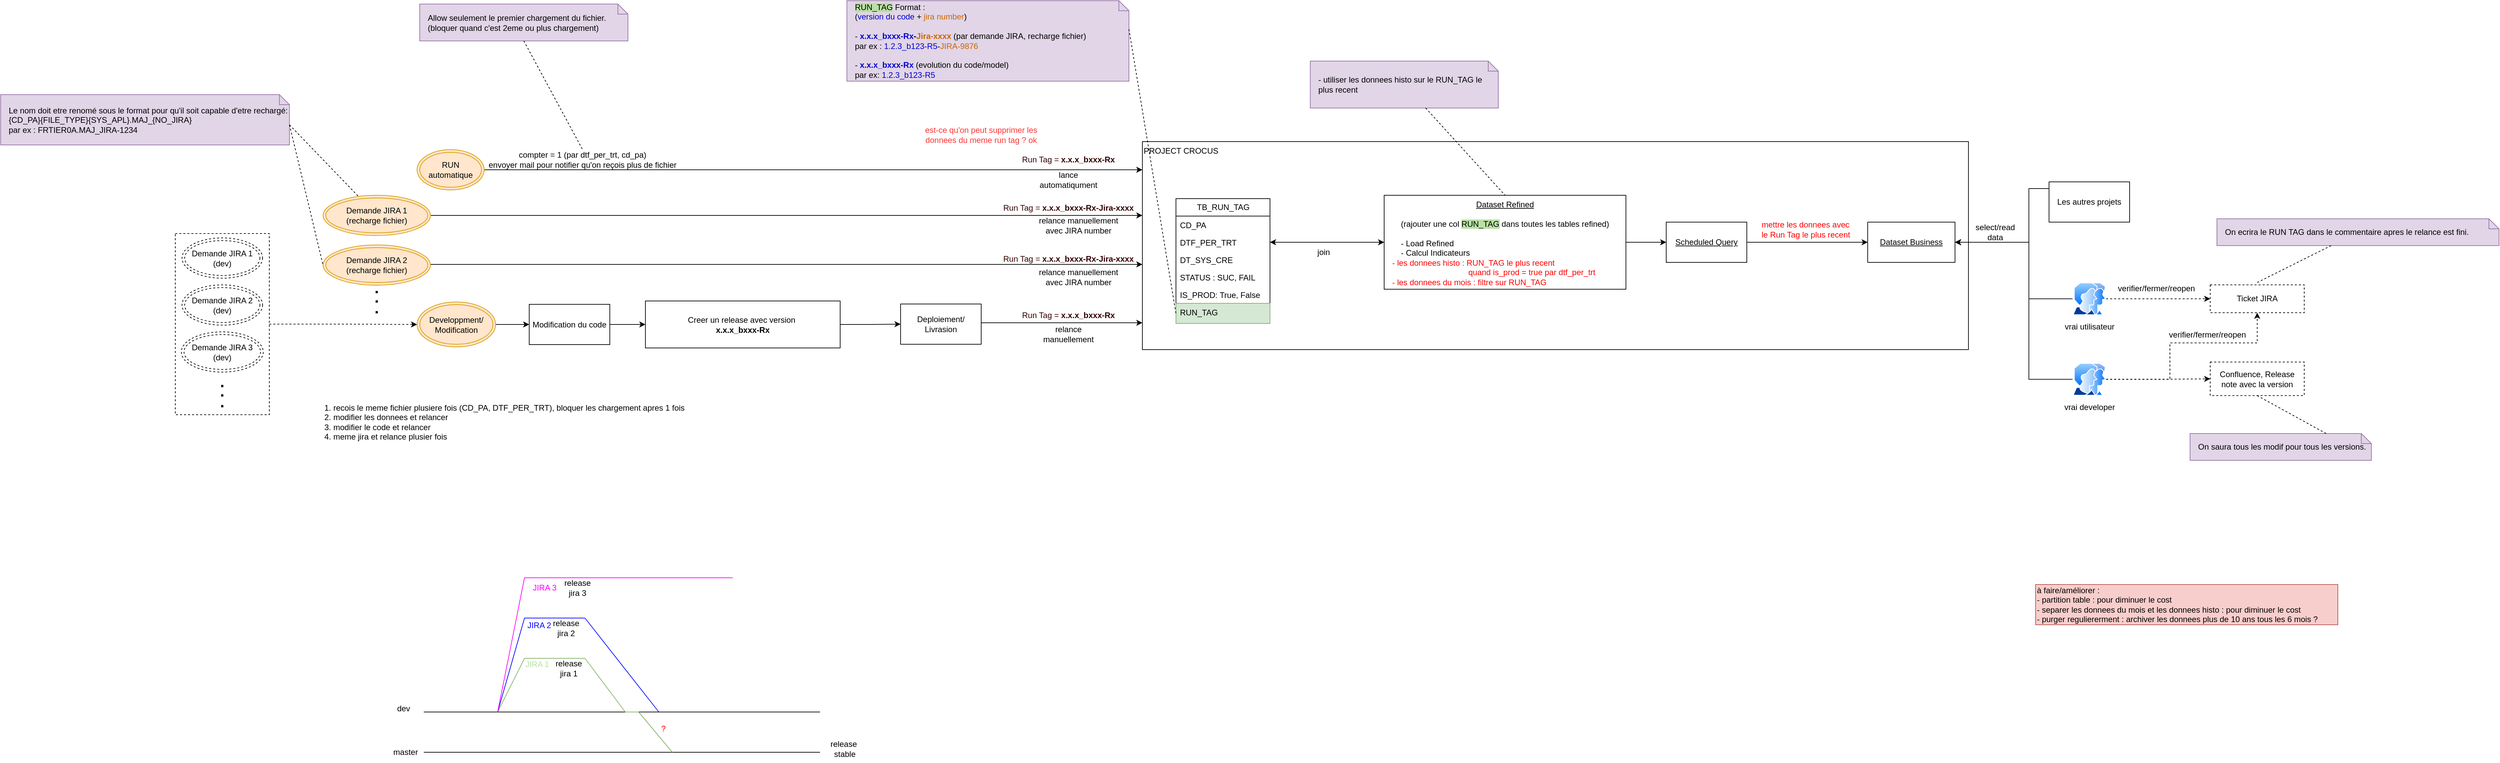
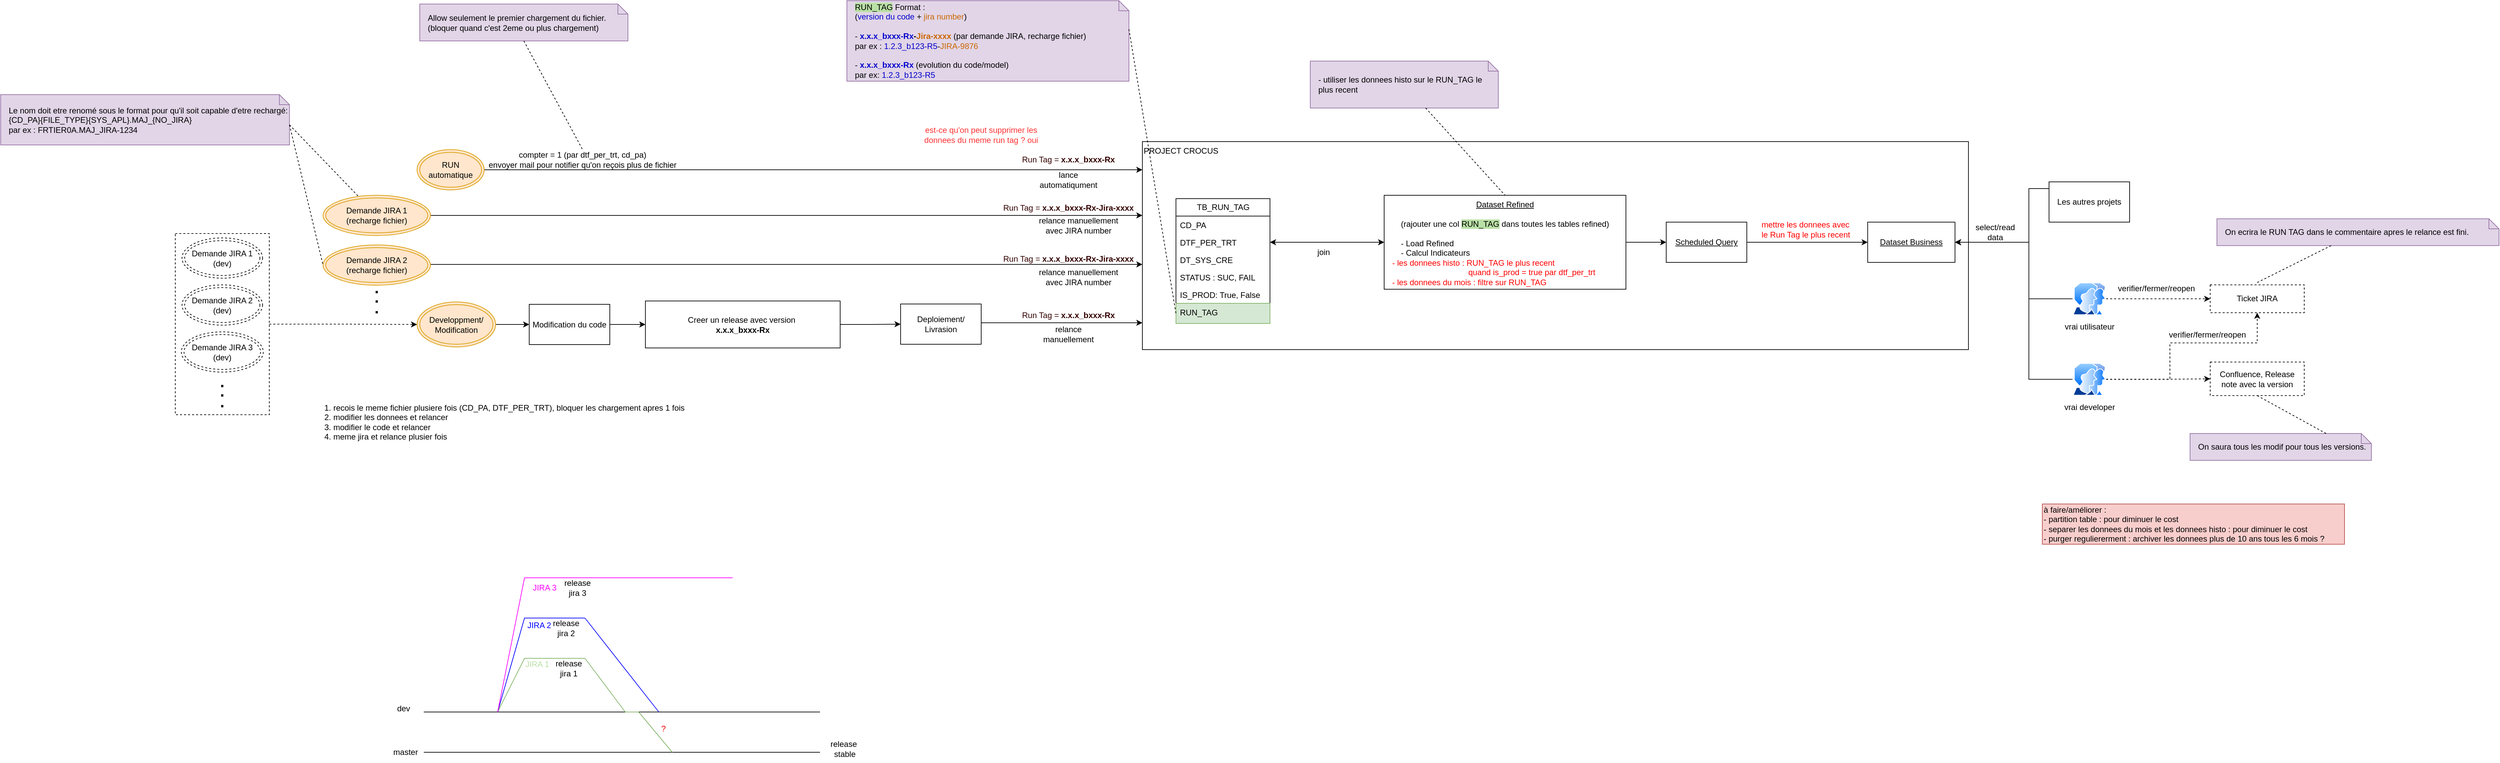
<mxfile host="app.diagrams.net">
  <diagram name="Page-1" id="bEAYSmEDHXBXhFzCy1HB">
-     <mxGraphModel dx="3279" dy="1847" grid="1" gridSize="10" guides="1" tooltips="1" connect="1" arrows="1" fold="1" page="1" pageScale="1" pageWidth="827" pageHeight="1169" math="0" shadow="0">
+     <mxGraphModel dx="5807" dy="2902" grid="1" gridSize="10" guides="1" tooltips="1" connect="1" arrows="1" fold="1" page="1" pageScale="1" pageWidth="827" pageHeight="1169" math="0" shadow="0">
      <root>
        <mxCell id="0" />
        <mxCell id="1" parent="0" />
        <mxCell id="cKu8MT6L8Fp_BZaxLZj7-22" edge="1" parent="1" source="cKu8MT6L8Fp_BZaxLZj7-16" style="edgeStyle=orthogonalEdgeStyle;rounded=0;orthogonalLoop=1;jettySize=auto;html=1;dashed=1;" target="QUzsFoNl6aFI_2ed8XXq-33">
          <mxGeometry relative="1" as="geometry">
            <Array as="points" />
            <mxPoint x="-937.4999999999995" y="382" as="sourcePoint" />
            <mxPoint x="-602.4999999999995" y="365" as="targetPoint" />
          </mxGeometry>
        </mxCell>
        <mxCell id="cKu8MT6L8Fp_BZaxLZj7-16" parent="1" style="rounded=0;whiteSpace=wrap;html=1;dashed=1;" value="" vertex="1">
          <mxGeometry height="270" width="140" x="-1070" y="247" as="geometry" />
        </mxCell>
        <mxCell id="QUzsFoNl6aFI_2ed8XXq-13" parent="1" style="rounded=0;whiteSpace=wrap;html=1;align=left;verticalAlign=top;" value="PROJECT CROCUS" vertex="1">
          <mxGeometry height="310" width="1230" x="370" y="110" as="geometry" />
        </mxCell>
        <mxCell id="QUzsFoNl6aFI_2ed8XXq-1" parent="1" style="swimlane;fontStyle=0;childLayout=stackLayout;horizontal=1;startSize=26;fillColor=none;horizontalStack=0;resizeParent=1;resizeParentMax=0;resizeLast=0;collapsible=1;marginBottom=0;html=1;" value="TB_RUN_TAG" vertex="1">
          <mxGeometry height="186" width="140" x="420" y="195" as="geometry" />
        </mxCell>
        <mxCell id="QUzsFoNl6aFI_2ed8XXq-2" parent="QUzsFoNl6aFI_2ed8XXq-1" style="text;strokeColor=none;fillColor=none;align=left;verticalAlign=top;spacingLeft=4;spacingRight=4;overflow=hidden;rotatable=0;points=[[0,0.5],[1,0.5]];portConstraint=eastwest;whiteSpace=wrap;html=1;" value="CD_PA" vertex="1">
          <mxGeometry height="26" width="140" y="26" as="geometry" />
        </mxCell>
        <mxCell id="QUzsFoNl6aFI_2ed8XXq-3" parent="QUzsFoNl6aFI_2ed8XXq-1" style="text;strokeColor=none;fillColor=none;align=left;verticalAlign=top;spacingLeft=4;spacingRight=4;overflow=hidden;rotatable=0;points=[[0,0.5],[1,0.5]];portConstraint=eastwest;whiteSpace=wrap;html=1;" value="DTF_PER_TRT" vertex="1">
          <mxGeometry height="26" width="140" y="52" as="geometry" />
        </mxCell>
        <mxCell id="QUzsFoNl6aFI_2ed8XXq-4" parent="QUzsFoNl6aFI_2ed8XXq-1" style="text;strokeColor=none;fillColor=none;align=left;verticalAlign=top;spacingLeft=4;spacingRight=4;overflow=hidden;rotatable=0;points=[[0,0.5],[1,0.5]];portConstraint=eastwest;whiteSpace=wrap;html=1;" value="DT_SYS_CRE" vertex="1">
          <mxGeometry height="26" width="140" y="78" as="geometry" />
        </mxCell>
        <mxCell id="QUzsFoNl6aFI_2ed8XXq-105" parent="QUzsFoNl6aFI_2ed8XXq-1" style="text;strokeColor=none;fillColor=none;align=left;verticalAlign=top;spacingLeft=4;spacingRight=4;overflow=hidden;rotatable=0;points=[[0,0.5],[1,0.5]];portConstraint=eastwest;whiteSpace=wrap;html=1;" value="STATUS : SUC, FAIL" vertex="1">
          <mxGeometry height="26" width="140" y="104" as="geometry" />
        </mxCell>
        <mxCell id="DOhsEIRQmGDwiVjTRz9E-7" parent="QUzsFoNl6aFI_2ed8XXq-1" style="text;strokeColor=none;fillColor=none;align=left;verticalAlign=top;spacingLeft=4;spacingRight=4;overflow=hidden;rotatable=0;points=[[0,0.5],[1,0.5]];portConstraint=eastwest;whiteSpace=wrap;html=1;" value="IS_PROD: True, False" vertex="1">
          <mxGeometry height="26" width="140" y="130" as="geometry" />
        </mxCell>
        <mxCell id="QUzsFoNl6aFI_2ed8XXq-5" parent="QUzsFoNl6aFI_2ed8XXq-1" style="text;strokeColor=#82b366;fillColor=#d5e8d4;align=left;verticalAlign=top;spacingLeft=4;spacingRight=4;overflow=hidden;rotatable=0;points=[[0,0.5],[1,0.5]];portConstraint=eastwest;whiteSpace=wrap;html=1;" value="RUN_TAG" vertex="1">
          <mxGeometry height="30" width="140" y="156" as="geometry" />
        </mxCell>
        <mxCell id="QUzsFoNl6aFI_2ed8XXq-7" parent="1" style="shape=note;size=15;align=left;spacingLeft=10;html=1;whiteSpace=wrap;fillColor=#e1d5e7;strokeColor=#9673a6;" value="&lt;span style=&quot;background-color: rgb(185, 224, 165);&quot;&gt;RUN_TAG&lt;/span&gt; Format :&amp;nbsp;&lt;div&gt;(&lt;font style=&quot;color: rgb(0, 0, 204);&quot;&gt;version du code&lt;/font&gt; +&lt;font style=&quot;color: rgb(204, 102, 0);&quot;&gt; &lt;font&gt;jira number&lt;/font&gt;&lt;/font&gt;)&lt;/div&gt;&lt;div&gt;&lt;br&gt;&lt;div&gt;- &lt;b&gt;&lt;font style=&quot;color: rgb(0, 0, 204);&quot;&gt;x.x.x_bxxx-Rx&lt;/font&gt;-&lt;font style=&quot;color: rgb(204, 102, 0);&quot;&gt;Jira-xxxx&lt;/font&gt;&lt;/b&gt; (par demande JIRA, recharge fichier)&amp;nbsp;&lt;/div&gt;&lt;div&gt;par ex : &lt;font style=&quot;color: rgb(0, 0, 204);&quot;&gt;1.2.3_b123-R5&lt;/font&gt;-&lt;font style=&quot;color: rgb(204, 102, 0);&quot;&gt;JIRA-9876&lt;/font&gt;&lt;/div&gt;&lt;div&gt;&lt;br&gt;&lt;/div&gt;&lt;div&gt;-&lt;b&gt; &lt;font style=&quot;color: rgb(0, 0, 204);&quot;&gt;x.x.x_bxxx-Rx&lt;/font&gt;&lt;/b&gt; (evolution du code/model)&lt;/div&gt;&lt;div&gt;&lt;span style=&quot;background-color: transparent; color: light-dark(rgb(0, 0, 0), rgb(255, 255, 255));&quot;&gt;par ex: &lt;/span&gt;&lt;span style=&quot;background-color: transparent;&quot;&gt;&lt;font style=&quot;color: light-dark(rgb(0, 0, 204), rgb(255, 255, 255));&quot;&gt;1.2.3_b123-R5&lt;/font&gt;&lt;/span&gt;&lt;/div&gt;&lt;/div&gt;" vertex="1">
          <mxGeometry height="120" width="420" x="-70" y="-100" as="geometry" />
        </mxCell>
        <mxCell id="QUzsFoNl6aFI_2ed8XXq-8" edge="1" parent="1" source="QUzsFoNl6aFI_2ed8XXq-7" style="edgeStyle=none;endArrow=none;exitX=0;exitY=0;dashed=1;html=1;rounded=0;entryX=0;entryY=0.5;entryDx=0;entryDy=0;exitDx=420;exitDy=42.5;exitPerimeter=0;" target="QUzsFoNl6aFI_2ed8XXq-5" value="">
          <mxGeometry relative="1" x="1" as="geometry">
            <mxPoint x="590" y="660" as="targetPoint" />
          </mxGeometry>
        </mxCell>
        <mxCell id="QUzsFoNl6aFI_2ed8XXq-10" parent="1" style="rounded=0;whiteSpace=wrap;html=1;dashed=1;" value="Confluence, Release note avec la v&lt;span style=&quot;background-color: transparent; color: light-dark(rgb(0, 0, 0), rgb(255, 255, 255));&quot;&gt;ersion&lt;/span&gt;" vertex="1">
          <mxGeometry height="50" width="140" x="1960" y="438.5" as="geometry" />
        </mxCell>
        <mxCell id="QUzsFoNl6aFI_2ed8XXq-11" parent="1" style="rounded=0;whiteSpace=wrap;html=1;dashed=1;" value="Ticket JIRA" vertex="1">
          <mxGeometry height="41.5" width="140" x="1960" y="323.5" as="geometry" />
        </mxCell>
        <mxCell id="QUzsFoNl6aFI_2ed8XXq-42" edge="1" parent="1" source="QUzsFoNl6aFI_2ed8XXq-12" style="edgeStyle=orthogonalEdgeStyle;rounded=0;orthogonalLoop=1;jettySize=auto;html=1;entryX=1;entryY=0.5;entryDx=0;entryDy=0;startArrow=classic;startFill=1;" target="QUzsFoNl6aFI_2ed8XXq-3">
          <mxGeometry relative="1" as="geometry" />
        </mxCell>
        <mxCell id="QUzsFoNl6aFI_2ed8XXq-50" edge="1" parent="1" source="QUzsFoNl6aFI_2ed8XXq-12" style="edgeStyle=orthogonalEdgeStyle;rounded=0;orthogonalLoop=1;jettySize=auto;html=1;" target="QUzsFoNl6aFI_2ed8XXq-46">
          <mxGeometry relative="1" as="geometry">
            <Array as="points" />
          </mxGeometry>
        </mxCell>
        <mxCell id="QUzsFoNl6aFI_2ed8XXq-12" parent="1" style="rounded=0;whiteSpace=wrap;html=1;verticalAlign=top;" value="&lt;u&gt;Dataset Refined&lt;/u&gt;&lt;div&gt;&lt;u&gt;&lt;br&gt;&lt;/u&gt;&lt;div&gt;(rajouter une col &lt;span style=&quot;background-color: rgb(185, 224, 165);&quot;&gt;RUN_TAG&lt;/span&gt;&lt;span&gt; &lt;/span&gt;dans toutes les tables refined)&lt;/div&gt;&lt;div&gt;&lt;br&gt;&lt;/div&gt;&lt;div style=&quot;text-align: left;&quot;&gt;- Load Refined&amp;nbsp; &amp;nbsp; &amp;nbsp; &amp;nbsp;&lt;/div&gt;&lt;div style=&quot;text-align: left;&quot;&gt;- Calcul Indicateurs&lt;/div&gt;&lt;/div&gt;" vertex="1">
          <mxGeometry height="140" width="360" x="730" y="190" as="geometry" />
        </mxCell>
        <mxCell id="QUzsFoNl6aFI_2ed8XXq-27" edge="1" parent="1" source="QUzsFoNl6aFI_2ed8XXq-33" style="edgeStyle=orthogonalEdgeStyle;rounded=0;orthogonalLoop=1;jettySize=auto;html=1;entryX=0;entryY=0.5;entryDx=0;entryDy=0;" target="QUzsFoNl6aFI_2ed8XXq-23">
          <mxGeometry relative="1" as="geometry">
            <mxPoint x="-740" y="198" as="sourcePoint" />
          </mxGeometry>
        </mxCell>
        <mxCell id="QUzsFoNl6aFI_2ed8XXq-19" parent="1" style="text;html=1;whiteSpace=wrap;strokeColor=none;fillColor=none;align=center;verticalAlign=middle;rounded=0;fontColor=#330000;" value="&lt;font style=&quot;&quot;&gt;Run Tag =&amp;nbsp;&lt;/font&gt;&lt;b style=&quot;text-align: left;&quot;&gt;x.x.x_bxxx-Rx-Jira-xxxx&lt;/b&gt;" vertex="1">
          <mxGeometry height="30" width="200" x="160" y="269.5" as="geometry" />
        </mxCell>
        <mxCell id="cKu8MT6L8Fp_BZaxLZj7-37" edge="1" parent="1" source="QUzsFoNl6aFI_2ed8XXq-23" style="edgeStyle=orthogonalEdgeStyle;rounded=0;orthogonalLoop=1;jettySize=auto;html=1;" target="QUzsFoNl6aFI_2ed8XXq-25">
          <mxGeometry relative="1" as="geometry" />
        </mxCell>
        <mxCell id="QUzsFoNl6aFI_2ed8XXq-23" parent="1" style="rounded=0;whiteSpace=wrap;html=1;" value="Modification du code" vertex="1">
          <mxGeometry height="60" width="120" x="-543" y="352.5" as="geometry" />
        </mxCell>
        <mxCell id="QUzsFoNl6aFI_2ed8XXq-31" edge="1" parent="1" source="QUzsFoNl6aFI_2ed8XXq-24" style="edgeStyle=orthogonalEdgeStyle;rounded=0;orthogonalLoop=1;jettySize=auto;html=1;" target="QUzsFoNl6aFI_2ed8XXq-13">
          <mxGeometry relative="1" as="geometry">
            <Array as="points">
              <mxPoint x="180" y="380" />
              <mxPoint x="180" y="380" />
            </Array>
            <mxPoint x="380" y="373" as="targetPoint" />
          </mxGeometry>
        </mxCell>
        <mxCell id="QUzsFoNl6aFI_2ed8XXq-24" parent="1" style="rounded=0;whiteSpace=wrap;html=1;" value="Deploiement/ Livrasion" vertex="1">
          <mxGeometry height="60" width="120" x="10" y="352" as="geometry" />
        </mxCell>
        <mxCell id="cKu8MT6L8Fp_BZaxLZj7-38" edge="1" parent="1" source="QUzsFoNl6aFI_2ed8XXq-25" style="edgeStyle=orthogonalEdgeStyle;rounded=0;orthogonalLoop=1;jettySize=auto;html=1;" target="QUzsFoNl6aFI_2ed8XXq-24">
          <mxGeometry relative="1" as="geometry" />
        </mxCell>
        <mxCell id="QUzsFoNl6aFI_2ed8XXq-25" parent="1" style="rounded=0;whiteSpace=wrap;html=1;" value="Creer un release avec version&amp;nbsp;&lt;div&gt;&lt;span style=&quot;text-align: left;&quot;&gt;&lt;b&gt;x.x.x_bxxx-Rx&lt;/b&gt;&lt;/span&gt;&lt;/div&gt;" vertex="1">
          <mxGeometry height="70" width="290" x="-370" y="347.5" as="geometry" />
        </mxCell>
        <mxCell id="QUzsFoNl6aFI_2ed8XXq-33" parent="1" style="ellipse;shape=doubleEllipse;whiteSpace=wrap;html=1;fillColor=#ffe6cc;strokeColor=#d79b00;" value="Developpment/&lt;div&gt;Modification&lt;/div&gt;" vertex="1">
          <mxGeometry height="67" width="117" x="-710" y="349" as="geometry" />
        </mxCell>
        <mxCell id="cKu8MT6L8Fp_BZaxLZj7-5" edge="1" parent="1" style="edgeStyle=orthogonalEdgeStyle;rounded=0;orthogonalLoop=1;jettySize=auto;html=1;">
          <mxGeometry relative="1" as="geometry">
            <Array as="points">
              <mxPoint x="110" y="293" />
              <mxPoint x="110" y="293" />
            </Array>
            <mxPoint x="-690.0000000000005" y="293" as="sourcePoint" />
            <mxPoint x="370" y="293" as="targetPoint" />
          </mxGeometry>
        </mxCell>
        <mxCell id="QUzsFoNl6aFI_2ed8XXq-34" parent="1" style="ellipse;shape=doubleEllipse;whiteSpace=wrap;html=1;fillColor=#ffe6cc;strokeColor=#d79b00;" value="Demande JIRA 2&lt;div&gt;(recharge fichier)&lt;/div&gt;" vertex="1">
          <mxGeometry height="60" width="160" x="-850" y="264" as="geometry" />
        </mxCell>
        <mxCell id="QUzsFoNl6aFI_2ed8XXq-36" edge="1" parent="1" source="QUzsFoNl6aFI_2ed8XXq-35" style="edgeStyle=orthogonalEdgeStyle;rounded=0;orthogonalLoop=1;jettySize=auto;html=1;" target="QUzsFoNl6aFI_2ed8XXq-13">
          <mxGeometry relative="1" as="geometry">
            <Array as="points">
              <mxPoint x="140" y="152" />
              <mxPoint x="140" y="152" />
            </Array>
            <mxPoint x="380" y="152.0588235294117" as="targetPoint" />
          </mxGeometry>
        </mxCell>
        <mxCell id="QUzsFoNl6aFI_2ed8XXq-35" parent="1" style="ellipse;shape=doubleEllipse;whiteSpace=wrap;html=1;fillColor=#ffe6cc;strokeColor=#d79b00;" value="RUN automatique" vertex="1">
          <mxGeometry height="60" width="100" x="-710" y="122" as="geometry" />
        </mxCell>
        <mxCell id="QUzsFoNl6aFI_2ed8XXq-40" parent="1" style="shape=note;size=15;align=left;spacingLeft=10;html=1;whiteSpace=wrap;fillColor=#e1d5e7;strokeColor=#9673a6;" value="&lt;div&gt;- utiliser les donnees histo sur le RUN_TAG le plus recent&lt;/div&gt;" vertex="1">
          <mxGeometry height="70" width="280" x="620" y="-10" as="geometry" />
        </mxCell>
        <mxCell id="QUzsFoNl6aFI_2ed8XXq-41" edge="1" parent="1" source="QUzsFoNl6aFI_2ed8XXq-40" style="edgeStyle=none;endArrow=none;dashed=1;html=1;rounded=0;entryX=0.5;entryY=0;entryDx=0;entryDy=0;" target="QUzsFoNl6aFI_2ed8XXq-12" value="">
          <mxGeometry relative="1" x="1" as="geometry">
            <mxPoint x="720" y="650" as="sourcePoint" />
            <mxPoint x="772" y="500" as="targetPoint" />
          </mxGeometry>
        </mxCell>
        <mxCell id="QUzsFoNl6aFI_2ed8XXq-43" parent="1" style="text;html=1;whiteSpace=wrap;strokeColor=none;fillColor=none;align=left;verticalAlign=middle;rounded=0;" value="&lt;font style=&quot;color: rgb(255, 0, 0);&quot;&gt;- les donnees histo : RUN_TAG le plus recent&amp;nbsp;&lt;/font&gt;&lt;div&gt;&lt;font style=&quot;color: rgb(255, 0, 0);&quot;&gt;&amp;nbsp; &amp;nbsp; &amp;nbsp; &amp;nbsp; &amp;nbsp; &amp;nbsp; &amp;nbsp; &amp;nbsp; &amp;nbsp; &amp;nbsp; &amp;nbsp; &amp;nbsp; &amp;nbsp; &amp;nbsp; &amp;nbsp; &amp;nbsp; &amp;nbsp; quand is_prod = true par dtf_per_trt&lt;/font&gt;&lt;div&gt;&lt;font style=&quot;color: rgb(255, 0, 0);&quot;&gt;- les donnees du mois : f&lt;/font&gt;&lt;span style=&quot;color: light-dark(rgb(255, 0, 0), rgb(255, 144, 144)); background-color: transparent;&quot;&gt;iltre sur RUN_TAG&lt;/span&gt;&lt;/div&gt;&lt;/div&gt;" vertex="1">
          <mxGeometry height="30" width="370" x="740" y="290" as="geometry" />
        </mxCell>
        <mxCell id="QUzsFoNl6aFI_2ed8XXq-45" parent="1" style="rounded=0;whiteSpace=wrap;html=1;" value="&lt;u&gt;Dataset Business&lt;/u&gt;" vertex="1">
          <mxGeometry height="60" width="130" x="1450" y="230" as="geometry" />
        </mxCell>
        <mxCell id="QUzsFoNl6aFI_2ed8XXq-48" edge="1" parent="1" source="QUzsFoNl6aFI_2ed8XXq-46" style="edgeStyle=orthogonalEdgeStyle;rounded=0;orthogonalLoop=1;jettySize=auto;html=1;" target="QUzsFoNl6aFI_2ed8XXq-45">
          <mxGeometry relative="1" as="geometry" />
        </mxCell>
        <mxCell id="QUzsFoNl6aFI_2ed8XXq-46" parent="1" style="rounded=0;whiteSpace=wrap;html=1;" value="&lt;u&gt;Scheduled Query&lt;/u&gt;" vertex="1">
          <mxGeometry height="60" width="120" x="1150" y="230" as="geometry" />
        </mxCell>
        <mxCell id="QUzsFoNl6aFI_2ed8XXq-51" parent="1" style="text;html=1;whiteSpace=wrap;strokeColor=none;fillColor=none;align=left;verticalAlign=middle;rounded=0;fontColor=#FF0000;" value="mettre les donnees avec le Run Tag le plus recent" vertex="1">
          <mxGeometry height="30" width="140" x="1290" y="226" as="geometry" />
        </mxCell>
        <mxCell id="QUzsFoNl6aFI_2ed8XXq-59" edge="1" parent="1" source="QUzsFoNl6aFI_2ed8XXq-52" style="edgeStyle=orthogonalEdgeStyle;rounded=0;orthogonalLoop=1;jettySize=auto;html=1;entryX=1;entryY=0.5;entryDx=0;entryDy=0;" target="QUzsFoNl6aFI_2ed8XXq-45">
          <mxGeometry relative="1" as="geometry">
            <Array as="points">
              <mxPoint x="1690" y="180" />
              <mxPoint x="1690" y="260" />
            </Array>
          </mxGeometry>
        </mxCell>
        <mxCell id="QUzsFoNl6aFI_2ed8XXq-52" parent="1" style="rounded=0;whiteSpace=wrap;html=1;" value="Les autres projets" vertex="1">
          <mxGeometry height="60" width="120" x="1720" y="170" as="geometry" />
        </mxCell>
        <mxCell id="QUzsFoNl6aFI_2ed8XXq-58" edge="1" parent="1" source="QUzsFoNl6aFI_2ed8XXq-57" style="edgeStyle=orthogonalEdgeStyle;rounded=0;orthogonalLoop=1;jettySize=auto;html=1;entryX=1;entryY=0.5;entryDx=0;entryDy=0;" target="QUzsFoNl6aFI_2ed8XXq-45">
          <mxGeometry relative="1" as="geometry">
            <Array as="points">
              <mxPoint x="1690" y="344" />
              <mxPoint x="1690" y="260" />
            </Array>
          </mxGeometry>
        </mxCell>
        <mxCell id="QUzsFoNl6aFI_2ed8XXq-65" edge="1" parent="1" source="QUzsFoNl6aFI_2ed8XXq-57" style="edgeStyle=orthogonalEdgeStyle;rounded=0;orthogonalLoop=1;jettySize=auto;html=1;dashed=1;" target="QUzsFoNl6aFI_2ed8XXq-11">
          <mxGeometry relative="1" as="geometry" />
        </mxCell>
        <mxCell id="QUzsFoNl6aFI_2ed8XXq-57" parent="1" style="image;aspect=fixed;perimeter=ellipsePerimeter;html=1;align=center;shadow=0;dashed=0;spacingTop=3;image=img/lib/active_directory/user_accounts.svg;" value="vrai utilisateur" vertex="1">
          <mxGeometry height="48.5" width="50" x="1755" y="320" as="geometry" />
        </mxCell>
        <mxCell id="QUzsFoNl6aFI_2ed8XXq-60" parent="1" style="text;html=1;whiteSpace=wrap;strokeColor=none;fillColor=none;align=center;verticalAlign=middle;rounded=0;" value="select/read data" vertex="1">
          <mxGeometry height="30" width="60" x="1610" y="230" as="geometry" />
        </mxCell>
        <mxCell id="QUzsFoNl6aFI_2ed8XXq-63" edge="1" parent="1" source="QUzsFoNl6aFI_2ed8XXq-62" style="edgeStyle=orthogonalEdgeStyle;rounded=0;orthogonalLoop=1;jettySize=auto;html=1;entryX=1;entryY=0.5;entryDx=0;entryDy=0;" target="QUzsFoNl6aFI_2ed8XXq-45">
          <mxGeometry relative="1" as="geometry">
            <Array as="points">
              <mxPoint x="1690" y="464" />
              <mxPoint x="1690" y="260" />
            </Array>
          </mxGeometry>
        </mxCell>
        <mxCell id="QUzsFoNl6aFI_2ed8XXq-66" edge="1" parent="1" source="QUzsFoNl6aFI_2ed8XXq-62" style="edgeStyle=orthogonalEdgeStyle;rounded=0;orthogonalLoop=1;jettySize=auto;html=1;dashed=1;" target="QUzsFoNl6aFI_2ed8XXq-10">
          <mxGeometry relative="1" as="geometry" />
        </mxCell>
        <mxCell id="QUzsFoNl6aFI_2ed8XXq-68" edge="1" parent="1" source="QUzsFoNl6aFI_2ed8XXq-62" style="edgeStyle=orthogonalEdgeStyle;rounded=0;orthogonalLoop=1;jettySize=auto;html=1;entryX=0.5;entryY=1;entryDx=0;entryDy=0;dashed=1;" target="QUzsFoNl6aFI_2ed8XXq-11">
          <mxGeometry relative="1" as="geometry">
            <Array as="points">
              <mxPoint x="1900" y="464" />
              <mxPoint x="1900" y="410" />
              <mxPoint x="2030" y="410" />
            </Array>
          </mxGeometry>
        </mxCell>
        <mxCell id="QUzsFoNl6aFI_2ed8XXq-62" parent="1" style="image;aspect=fixed;perimeter=ellipsePerimeter;html=1;align=center;shadow=0;dashed=0;spacingTop=3;image=img/lib/active_directory/user_accounts.svg;" value="vrai developer" vertex="1">
          <mxGeometry height="48.5" width="50" x="1755" y="440" as="geometry" />
        </mxCell>
        <mxCell id="QUzsFoNl6aFI_2ed8XXq-69" parent="1" style="shape=note;size=15;align=left;spacingLeft=10;html=1;whiteSpace=wrap;fillColor=#e1d5e7;strokeColor=#9673a6;" value="On ecrira le RUN TAG dans le commentaire apres le relance est fini." vertex="1">
          <mxGeometry height="40" width="420" x="1970" y="225" as="geometry" />
        </mxCell>
        <mxCell id="QUzsFoNl6aFI_2ed8XXq-70" edge="1" parent="1" source="QUzsFoNl6aFI_2ed8XXq-69" style="edgeStyle=none;endArrow=none;dashed=1;html=1;rounded=0;" value="">
          <mxGeometry relative="1" x="1" as="geometry">
            <mxPoint x="970" y="210" as="sourcePoint" />
            <mxPoint x="2030" y="320" as="targetPoint" />
          </mxGeometry>
        </mxCell>
        <mxCell id="QUzsFoNl6aFI_2ed8XXq-71" parent="1" style="shape=note;size=15;align=left;spacingLeft=10;html=1;whiteSpace=wrap;fillColor=#e1d5e7;strokeColor=#9673a6;" value="On saura tous les modif pour tous les versions." vertex="1">
          <mxGeometry height="40" width="270" x="1930" y="545" as="geometry" />
        </mxCell>
        <mxCell id="QUzsFoNl6aFI_2ed8XXq-72" edge="1" parent="1" source="QUzsFoNl6aFI_2ed8XXq-71" style="edgeStyle=none;endArrow=none;dashed=1;html=1;rounded=0;entryX=0.5;entryY=1;entryDx=0;entryDy=0;exitX=0;exitY=0;exitDx=202.5;exitDy=0;exitPerimeter=0;" target="QUzsFoNl6aFI_2ed8XXq-10" value="">
          <mxGeometry relative="1" x="1" as="geometry">
            <mxPoint x="2180" y="470" as="sourcePoint" />
            <mxPoint x="2070" y="525" as="targetPoint" />
          </mxGeometry>
        </mxCell>
        <mxCell id="QUzsFoNl6aFI_2ed8XXq-74" parent="1" style="rounded=0;whiteSpace=wrap;html=1;align=left;fillColor=#f8cecc;strokeColor=#b85450;" value="à faire/améliorer :&lt;div&gt;- partition table : pour diminuer le cost&lt;/div&gt;&lt;div&gt;- separer les donnees du mois et les donnees histo&amp;nbsp;&lt;span style=&quot;background-color: transparent; color: light-dark(rgb(0, 0, 0), rgb(255, 255, 255));&quot;&gt;: pour diminuer le cost&lt;/span&gt;&lt;/div&gt;&lt;div&gt;&lt;span style=&quot;background-color: transparent; color: light-dark(rgb(0, 0, 0), rgb(255, 255, 255));&quot;&gt;- purger reguliererment : archiver les donnees plus de 10 ans tous les 6 mois ?&lt;/span&gt;&lt;/div&gt;" vertex="1">
-           <mxGeometry height="60" width="450" x="1700" y="770" as="geometry" />
+           <mxGeometry height="60" width="450" x="1710" y="650" as="geometry" />
        </mxCell>
        <mxCell id="QUzsFoNl6aFI_2ed8XXq-76" parent="1" style="text;html=1;whiteSpace=wrap;strokeColor=none;fillColor=none;align=center;verticalAlign=middle;rounded=0;" value="join" vertex="1">
          <mxGeometry height="30" width="60" x="610" y="260" as="geometry" />
        </mxCell>
        <mxCell id="QUzsFoNl6aFI_2ed8XXq-81" edge="1" parent="1" style="endArrow=none;html=1;rounded=0;" value="">
          <mxGeometry height="50" relative="1" width="50" as="geometry">
            <mxPoint x="-700" y="960" as="sourcePoint" />
            <mxPoint x="-110" y="960" as="targetPoint" />
          </mxGeometry>
        </mxCell>
        <mxCell id="QUzsFoNl6aFI_2ed8XXq-83" edge="1" parent="1" style="endArrow=none;html=1;rounded=0;fillColor=#d5e8d4;strokeColor=#82b366;" value="">
          <mxGeometry height="50" relative="1" width="50" as="geometry">
            <Array as="points">
              <mxPoint x="-550" y="880" />
            </Array>
            <mxPoint x="-590" y="960" as="sourcePoint" />
            <mxPoint x="-460" y="880" as="targetPoint" />
          </mxGeometry>
        </mxCell>
        <mxCell id="QUzsFoNl6aFI_2ed8XXq-84" parent="1" style="text;html=1;whiteSpace=wrap;strokeColor=none;fillColor=none;align=center;verticalAlign=middle;rounded=0;" value="dev" vertex="1">
          <mxGeometry height="30" width="60" x="-760" y="940" as="geometry" />
        </mxCell>
        <mxCell id="QUzsFoNl6aFI_2ed8XXq-85" edge="1" parent="1" style="endArrow=none;html=1;rounded=0;strokeColor=#0000FF;" value="">
          <mxGeometry height="50" relative="1" width="50" as="geometry">
            <Array as="points">
              <mxPoint x="-550" y="820" />
            </Array>
            <mxPoint x="-590" y="960" as="sourcePoint" />
            <mxPoint x="-460" y="820" as="targetPoint" />
          </mxGeometry>
        </mxCell>
        <mxCell id="QUzsFoNl6aFI_2ed8XXq-86" edge="1" parent="1" style="endArrow=none;html=1;rounded=0;strokeColor=#FF00FF;" value="">
          <mxGeometry height="50" relative="1" width="50" as="geometry">
            <Array as="points">
              <mxPoint x="-550" y="760" />
            </Array>
            <mxPoint x="-590" y="960" as="sourcePoint" />
            <mxPoint x="-240" y="760" as="targetPoint" />
          </mxGeometry>
        </mxCell>
        <mxCell id="QUzsFoNl6aFI_2ed8XXq-87" parent="1" style="text;html=1;whiteSpace=wrap;strokeColor=none;fillColor=none;align=center;verticalAlign=middle;rounded=0;fontColor=#B9E0A5;" value="JIRA 1" vertex="1">
          <mxGeometry height="30" width="60" x="-561" y="874" as="geometry" />
        </mxCell>
        <mxCell id="QUzsFoNl6aFI_2ed8XXq-88" parent="1" style="text;html=1;whiteSpace=wrap;strokeColor=none;fillColor=none;align=center;verticalAlign=middle;rounded=0;fontColor=#0000FF;" value="JIRA 2" vertex="1">
          <mxGeometry height="30" width="60" x="-558" y="816" as="geometry" />
        </mxCell>
        <mxCell id="QUzsFoNl6aFI_2ed8XXq-89" parent="1" style="text;html=1;whiteSpace=wrap;strokeColor=none;fillColor=none;align=center;verticalAlign=middle;rounded=0;fontColor=#FF00FF;" value="JIRA 3" vertex="1">
          <mxGeometry height="30" width="60" x="-550" y="760" as="geometry" />
        </mxCell>
        <mxCell id="QUzsFoNl6aFI_2ed8XXq-90" edge="1" parent="1" style="endArrow=none;html=1;rounded=0;" value="">
          <mxGeometry height="50" relative="1" width="50" as="geometry">
            <mxPoint x="-700" y="1020" as="sourcePoint" />
            <mxPoint x="-110" y="1020" as="targetPoint" />
          </mxGeometry>
        </mxCell>
        <mxCell id="QUzsFoNl6aFI_2ed8XXq-91" parent="1" style="text;html=1;whiteSpace=wrap;strokeColor=none;fillColor=none;align=center;verticalAlign=middle;rounded=0;" value="master" vertex="1">
          <mxGeometry height="30" width="60" x="-757" y="1005" as="geometry" />
        </mxCell>
        <mxCell id="QUzsFoNl6aFI_2ed8XXq-92" edge="1" parent="1" style="endArrow=none;html=1;rounded=0;fillColor=#d5e8d4;strokeColor=#82b366;" value="">
          <mxGeometry height="50" relative="1" width="50" as="geometry">
            <mxPoint x="-460" y="880" as="sourcePoint" />
            <mxPoint x="-400" y="960" as="targetPoint" />
          </mxGeometry>
        </mxCell>
        <mxCell id="QUzsFoNl6aFI_2ed8XXq-94" edge="1" parent="1" style="endArrow=none;html=1;rounded=0;strokeColor=#0000FF;" value="">
          <mxGeometry height="50" relative="1" width="50" as="geometry">
            <mxPoint x="-460" y="820" as="sourcePoint" />
            <mxPoint x="-350" y="960" as="targetPoint" />
          </mxGeometry>
        </mxCell>
        <mxCell id="QUzsFoNl6aFI_2ed8XXq-95" edge="1" parent="1" style="endArrow=none;html=1;rounded=0;fillColor=#d5e8d4;strokeColor=#82b366;" value="">
          <mxGeometry height="50" relative="1" width="50" as="geometry">
            <mxPoint x="-380" y="960" as="sourcePoint" />
            <mxPoint x="-330" y="1020" as="targetPoint" />
          </mxGeometry>
        </mxCell>
        <mxCell id="QUzsFoNl6aFI_2ed8XXq-96" edge="1" parent="1" style="endArrow=none;html=1;rounded=0;fillColor=#d5e8d4;strokeColor=#82b366;" value="">
          <mxGeometry height="50" relative="1" width="50" as="geometry">
            <mxPoint x="-400" y="960" as="sourcePoint" />
            <mxPoint x="-380" y="960" as="targetPoint" />
          </mxGeometry>
        </mxCell>
        <mxCell id="QUzsFoNl6aFI_2ed8XXq-98" parent="1" style="text;html=1;whiteSpace=wrap;strokeColor=none;fillColor=none;align=center;verticalAlign=middle;rounded=0;" value="release jira 2" vertex="1">
          <mxGeometry height="30" width="60" x="-518" y="820" as="geometry" />
        </mxCell>
        <mxCell id="QUzsFoNl6aFI_2ed8XXq-99" parent="1" style="text;html=1;whiteSpace=wrap;strokeColor=none;fillColor=none;align=center;verticalAlign=middle;rounded=0;" value="release jira 1" vertex="1">
          <mxGeometry height="30" width="60" x="-514" y="880" as="geometry" />
        </mxCell>
        <mxCell id="QUzsFoNl6aFI_2ed8XXq-100" parent="1" style="text;html=1;whiteSpace=wrap;strokeColor=none;fillColor=none;align=center;verticalAlign=middle;rounded=0;" value="release jira 3" vertex="1">
          <mxGeometry height="30" width="60" x="-501" y="760" as="geometry" />
        </mxCell>
        <mxCell id="QUzsFoNl6aFI_2ed8XXq-101" parent="1" style="text;html=1;whiteSpace=wrap;strokeColor=none;fillColor=none;align=center;verticalAlign=middle;rounded=0;" value="release&amp;nbsp; stable" vertex="1">
          <mxGeometry height="30" width="60" x="-103" y="1000" as="geometry" />
        </mxCell>
        <mxCell id="QUzsFoNl6aFI_2ed8XXq-103" parent="1" style="text;html=1;whiteSpace=wrap;strokeColor=none;fillColor=none;align=center;verticalAlign=middle;rounded=0;fontColor=#FF0000;" value="?" vertex="1">
          <mxGeometry height="30" width="60" x="-373" y="970" as="geometry" />
        </mxCell>
        <mxCell id="QUzsFoNl6aFI_2ed8XXq-104" parent="1" style="text;html=1;whiteSpace=wrap;strokeColor=none;fillColor=none;align=center;verticalAlign=middle;rounded=0;" value="compter = 1 (par dtf_per_trt, cd_pa)&lt;div&gt;envoyer mail pour notifier qu&#39;on reçois plus de fichier&lt;/div&gt;" vertex="1">
          <mxGeometry height="30" width="293" x="-610" y="122" as="geometry" />
        </mxCell>
        <mxCell id="QUzsFoNl6aFI_2ed8XXq-106" parent="1" style="text;html=1;whiteSpace=wrap;strokeColor=none;fillColor=none;align=left;verticalAlign=middle;rounded=0;" value="1. recois le meme fichier plusiere fois (CD_PA, DTF_PER_TRT), bloquer les chargement apres 1 fois&lt;div&gt;2. modifier les donnees et relancer&lt;/div&gt;&lt;div&gt;3. modifier le code et relancer&lt;/div&gt;&lt;div&gt;4.&amp;nbsp;&lt;span style=&quot;text-align: center; background-color: transparent; color: light-dark(rgb(0, 0, 0), rgb(255, 255, 255));&quot;&gt;meme jira et relance plusier fois&lt;/span&gt;&lt;/div&gt;" vertex="1">
          <mxGeometry height="30" width="600" x="-850" y="513.25" as="geometry" />
        </mxCell>
        <mxCell id="cKu8MT6L8Fp_BZaxLZj7-1" parent="1" style="shape=note;size=15;align=left;spacingLeft=10;html=1;whiteSpace=wrap;fillColor=#e1d5e7;strokeColor=#9673a6;labelBackgroundColor=none;" value="&lt;span style=&quot;&quot;&gt;Allow seulement le premier chargement du fichier.&lt;br&gt;(bloquer quand c&#39;est 2eme ou plus chargement)&lt;/span&gt;" vertex="1">
          <mxGeometry height="55" width="310" x="-706" y="-95" as="geometry" />
        </mxCell>
        <mxCell id="cKu8MT6L8Fp_BZaxLZj7-2" edge="1" parent="1" source="cKu8MT6L8Fp_BZaxLZj7-1" style="edgeStyle=none;endArrow=none;exitX=0.5;exitY=1;dashed=1;html=1;rounded=0;entryX=0.5;entryY=0;entryDx=0;entryDy=0;exitDx=0;exitDy=0;exitPerimeter=0;" target="QUzsFoNl6aFI_2ed8XXq-104" value="">
          <mxGeometry relative="1" x="1" as="geometry">
            <mxPoint x="590" y="300" as="sourcePoint" />
            <mxPoint x="680" y="507" as="targetPoint" />
          </mxGeometry>
        </mxCell>
        <mxCell id="cKu8MT6L8Fp_BZaxLZj7-3" parent="1" style="ellipse;shape=doubleEllipse;whiteSpace=wrap;html=1;dashed=1;" value="Demande JIRA 1&lt;div&gt;(dev)&lt;/div&gt;" vertex="1">
          <mxGeometry height="60" width="120" x="-1060" y="253.5" as="geometry" />
        </mxCell>
        <mxCell id="cKu8MT6L8Fp_BZaxLZj7-7" parent="1" style="text;html=1;whiteSpace=wrap;strokeColor=none;fillColor=none;align=center;verticalAlign=middle;rounded=0;fontColor=#330000;" value="&lt;font style=&quot;&quot;&gt;Run Tag =&amp;nbsp;&lt;b style=&quot;text-align: left;&quot;&gt;x.x.x_bxxx-Rx&lt;/b&gt;&lt;/font&gt;" vertex="1">
          <mxGeometry height="30" width="200" x="160" y="122" as="geometry" />
        </mxCell>
        <mxCell id="cKu8MT6L8Fp_BZaxLZj7-11" parent="1" style="shape=note;size=15;align=left;spacingLeft=10;html=1;whiteSpace=wrap;fillColor=#e1d5e7;strokeColor=#9673a6;labelBackgroundColor=none;" value="&lt;span style=&quot;&quot;&gt;Le nom doit etre renomé sous le format pour qu&#39;il soit capable d&#39;etre rechargé:&lt;br&gt;{CD_PA}{FILE_TYPE}{SYS_APL}.MAJ_{NO_JIRA}&lt;/span&gt;&lt;div&gt;&lt;span style=&quot;&quot;&gt;par ex : FRTIER0A.MAJ_JIRA-1234&lt;/span&gt;&lt;/div&gt;" vertex="1">
          <mxGeometry height="75" width="430" x="-1330" y="40" as="geometry" />
        </mxCell>
        <mxCell id="cKu8MT6L8Fp_BZaxLZj7-14" parent="1" style="ellipse;shape=doubleEllipse;whiteSpace=wrap;html=1;dashed=1;" value="Demande JIRA 2&lt;div&gt;(dev)&lt;/div&gt;" vertex="1">
          <mxGeometry height="60" width="120" x="-1060" y="323.5" as="geometry" />
        </mxCell>
        <mxCell id="cKu8MT6L8Fp_BZaxLZj7-15" parent="1" style="ellipse;shape=doubleEllipse;whiteSpace=wrap;html=1;dashed=1;" value="Demande JIRA 3&lt;div&gt;(dev)&lt;/div&gt;" vertex="1">
          <mxGeometry height="60" width="122" x="-1061" y="393.5" as="geometry" />
        </mxCell>
        <mxCell id="cKu8MT6L8Fp_BZaxLZj7-19" parent="1" style="text;html=1;whiteSpace=wrap;strokeColor=none;fillColor=none;align=center;verticalAlign=middle;rounded=0;fontSize=23;fontStyle=1" value="." vertex="1">
          <mxGeometry height="30" width="60" x="-1030" y="453.25" as="geometry" />
        </mxCell>
        <mxCell id="cKu8MT6L8Fp_BZaxLZj7-20" parent="1" style="text;html=1;whiteSpace=wrap;strokeColor=none;fillColor=none;align=center;verticalAlign=middle;rounded=0;fontSize=23;fontStyle=1" value="." vertex="1">
          <mxGeometry height="30" width="60" x="-1030" y="467" as="geometry" />
        </mxCell>
        <mxCell id="cKu8MT6L8Fp_BZaxLZj7-21" parent="1" style="text;html=1;whiteSpace=wrap;strokeColor=none;fillColor=none;align=center;verticalAlign=middle;rounded=0;fontSize=23;fontStyle=1" value="." vertex="1">
          <mxGeometry height="30" width="60" x="-1030" y="483.25" as="geometry" />
        </mxCell>
        <mxCell id="cKu8MT6L8Fp_BZaxLZj7-24" edge="1" parent="1" source="cKu8MT6L8Fp_BZaxLZj7-23" style="edgeStyle=orthogonalEdgeStyle;rounded=0;orthogonalLoop=1;jettySize=auto;html=1;" target="QUzsFoNl6aFI_2ed8XXq-13">
          <mxGeometry relative="1" as="geometry">
            <Array as="points">
              <mxPoint x="120" y="220" />
              <mxPoint x="120" y="220" />
            </Array>
          </mxGeometry>
        </mxCell>
        <mxCell id="cKu8MT6L8Fp_BZaxLZj7-23" parent="1" style="ellipse;shape=doubleEllipse;whiteSpace=wrap;html=1;fillColor=#ffe6cc;strokeColor=#d79b00;" value="Demande JIRA 1&lt;div&gt;(recharge fichier)&lt;/div&gt;" vertex="1">
          <mxGeometry height="60" width="160" x="-850" y="190" as="geometry" />
        </mxCell>
        <mxCell id="cKu8MT6L8Fp_BZaxLZj7-25" edge="1" parent="1" source="cKu8MT6L8Fp_BZaxLZj7-11" style="edgeStyle=none;endArrow=none;exitX=0;exitY=0;dashed=1;html=1;rounded=0;exitDx=430;exitDy=45;exitPerimeter=0;" target="cKu8MT6L8Fp_BZaxLZj7-23" value="">
          <mxGeometry relative="1" x="1" as="geometry">
            <mxPoint x="-520" y="10" as="sourcePoint" />
            <mxPoint x="-490" y="150" as="targetPoint" />
          </mxGeometry>
        </mxCell>
        <mxCell id="cKu8MT6L8Fp_BZaxLZj7-26" edge="1" parent="1" source="cKu8MT6L8Fp_BZaxLZj7-11" style="edgeStyle=none;endArrow=none;exitX=0;exitY=0;dashed=1;html=1;rounded=0;exitDx=430;exitDy=45;exitPerimeter=0;entryX=0;entryY=0.5;entryDx=0;entryDy=0;" target="QUzsFoNl6aFI_2ed8XXq-34" value="">
          <mxGeometry relative="1" x="1" as="geometry">
            <mxPoint x="-900" y="200" as="sourcePoint" />
            <mxPoint x="-801" y="244" as="targetPoint" />
          </mxGeometry>
        </mxCell>
        <mxCell id="cKu8MT6L8Fp_BZaxLZj7-27" parent="1" style="text;html=1;whiteSpace=wrap;strokeColor=none;fillColor=none;align=center;verticalAlign=middle;rounded=0;fontSize=23;fontStyle=1" value="." vertex="1">
          <mxGeometry height="30" width="60" x="-800" y="313" as="geometry" />
        </mxCell>
        <mxCell id="cKu8MT6L8Fp_BZaxLZj7-28" parent="1" style="text;html=1;whiteSpace=wrap;strokeColor=none;fillColor=none;align=center;verticalAlign=middle;rounded=0;fontSize=23;fontStyle=1" value="." vertex="1">
          <mxGeometry height="30" width="60" x="-800" y="343" as="geometry" />
        </mxCell>
        <mxCell id="cKu8MT6L8Fp_BZaxLZj7-29" parent="1" style="text;html=1;whiteSpace=wrap;strokeColor=none;fillColor=none;align=center;verticalAlign=middle;rounded=0;fontSize=23;fontStyle=1" value="." vertex="1">
          <mxGeometry height="30" width="60" x="-800" y="326.5" as="geometry" />
        </mxCell>
        <mxCell id="cKu8MT6L8Fp_BZaxLZj7-31" parent="1" style="text;html=1;whiteSpace=wrap;strokeColor=none;fillColor=none;align=center;verticalAlign=middle;rounded=0;fontColor=#330000;" value="&lt;font style=&quot;&quot;&gt;Run Tag =&amp;nbsp;&lt;/font&gt;&lt;b style=&quot;text-align: left;&quot;&gt;x.x.x_bxxx-Rx-Jira-xxxx&lt;/b&gt;" vertex="1">
          <mxGeometry height="30" width="200" x="160" y="194" as="geometry" />
        </mxCell>
        <mxCell id="cKu8MT6L8Fp_BZaxLZj7-33" parent="1" style="text;html=1;whiteSpace=wrap;strokeColor=none;fillColor=none;align=center;verticalAlign=middle;rounded=0;fontColor=#330000;" value="&lt;font style=&quot;&quot;&gt;Run Tag =&amp;nbsp;&lt;b style=&quot;text-align: left;&quot;&gt;x.x.x_bxxx-Rx&lt;/b&gt;&lt;/font&gt;" vertex="1">
          <mxGeometry height="30" width="200" x="160" y="353.5" as="geometry" />
        </mxCell>
        <mxCell id="cKu8MT6L8Fp_BZaxLZj7-39" parent="1" style="text;html=1;whiteSpace=wrap;strokeColor=none;fillColor=none;align=center;verticalAlign=middle;rounded=0;" value="verifier/fermer/reopen" vertex="1">
          <mxGeometry height="30" width="60" x="1850" y="313.5" as="geometry" />
        </mxCell>
        <mxCell id="cKu8MT6L8Fp_BZaxLZj7-40" parent="1" style="text;html=1;whiteSpace=wrap;strokeColor=none;fillColor=none;align=center;verticalAlign=middle;rounded=0;" value="verifier/fermer/reopen" vertex="1">
          <mxGeometry height="30" width="60" x="1926" y="382.5" as="geometry" />
        </mxCell>
-         <mxCell id="cKu8MT6L8Fp_BZaxLZj7-43" parent="1" style="text;html=1;whiteSpace=wrap;strokeColor=none;fillColor=none;align=center;verticalAlign=middle;rounded=0;fontColor=#FF3333;" value="est-ce qu&#39;on peut supprimer les donnees du meme run tag ? ok" vertex="1">
+         <mxCell id="cKu8MT6L8Fp_BZaxLZj7-43" parent="1" style="text;html=1;whiteSpace=wrap;strokeColor=none;fillColor=none;align=center;verticalAlign=middle;rounded=0;fontColor=#FF3333;" value="est-ce qu&#39;on peut supprimer les donnees du meme run tag ? oui" vertex="1">
          <mxGeometry height="30" width="200" x="30" y="85" as="geometry" />
        </mxCell>
        <mxCell id="joy4J5Q9jbU-j6AZ98Qk-1" parent="1" style="text;html=1;whiteSpace=wrap;strokeColor=none;fillColor=none;align=center;verticalAlign=middle;rounded=0;" value="relance manuellement&lt;div&gt;avec JIRA number&lt;/div&gt;" vertex="1">
          <mxGeometry height="30" width="130" x="210" y="296.5" as="geometry" />
        </mxCell>
        <mxCell id="joy4J5Q9jbU-j6AZ98Qk-2" parent="1" style="text;html=1;whiteSpace=wrap;strokeColor=none;fillColor=none;align=center;verticalAlign=middle;rounded=0;" value="relance manuellement&lt;div&gt;avec JIRA number&lt;/div&gt;" vertex="1">
          <mxGeometry height="30" width="150" x="200" y="220" as="geometry" />
        </mxCell>
        <mxCell id="joy4J5Q9jbU-j6AZ98Qk-3" parent="1" style="text;html=1;whiteSpace=wrap;strokeColor=none;fillColor=none;align=center;verticalAlign=middle;rounded=0;" value="relance manuellement" vertex="1">
          <mxGeometry height="30" width="60" x="230" y="382" as="geometry" />
        </mxCell>
        <mxCell id="joy4J5Q9jbU-j6AZ98Qk-4" parent="1" style="text;html=1;whiteSpace=wrap;strokeColor=none;fillColor=none;align=center;verticalAlign=middle;rounded=0;" value="lance automatiqument" vertex="1">
          <mxGeometry height="30" width="60" x="230" y="152" as="geometry" />
        </mxCell>
      </root>
    </mxGraphModel>
  </diagram>
</mxfile>
